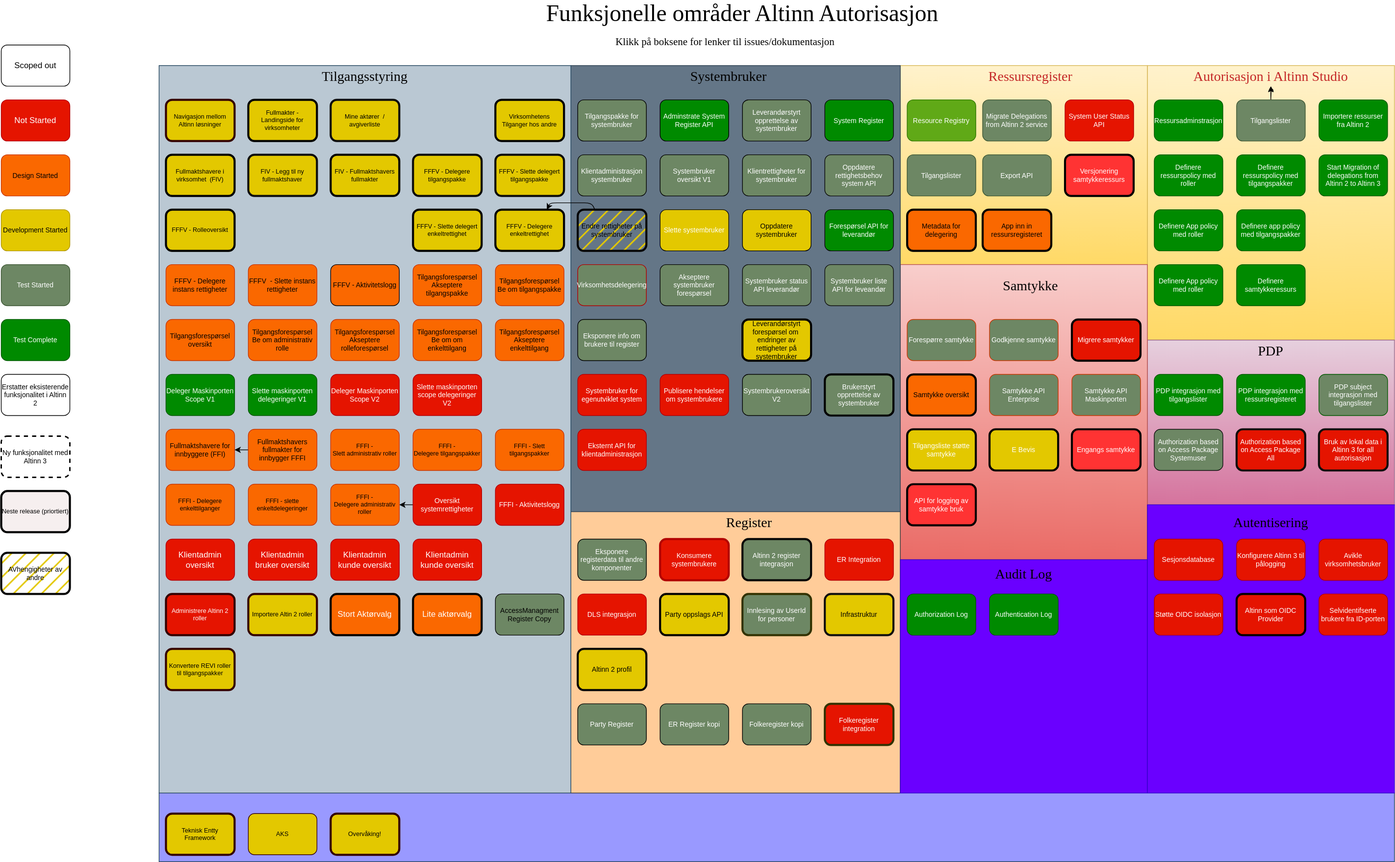
Earlier version of the draw.io export content/authorization/what-do-you-get/functionalareas.drawio.svg (Altinn/altinn-studio-docs). Source tidied: cells renumbered, new cells last; positions are measured from the earlier drawing's top-left corner, leaving out a move shared by most shapes.
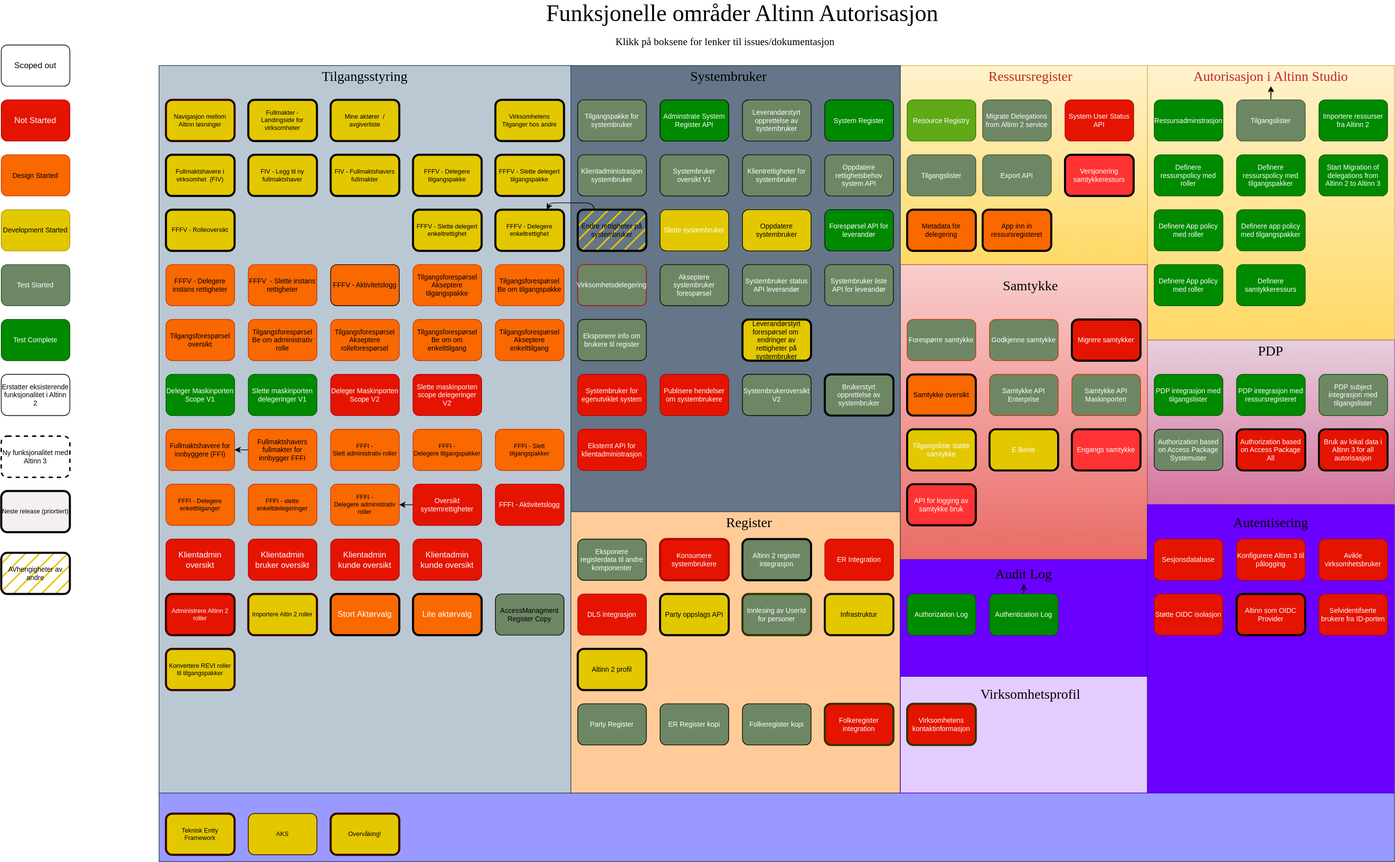
Above is the later version.

Diff of the diagram source:
```diff
@@ -207,11 +207,14 @@
       <mxGeometry x="1680" y="620" width="100" height="60" as="geometry" />
     </mxCell>
     <mxCell id="70" style="rounded=0;whiteSpace=wrap;html=1;fontSize=10;fillColor=#6a00ff;strokeColor=#3700CC;fontColor=#ffffff;" parent="1" vertex="1">
-      <mxGeometry x="1310" y="810" width="360" height="340" as="geometry" />
+      <mxGeometry x="1310" y="810" width="360" height="170" as="geometry" />
     </mxCell>
     <mxCell id="71" value="Authorization Log" style="rounded=1;whiteSpace=wrap;html=1;fontSize=10;fillColor=#008a00;fontColor=#ffffff;strokeColor=#005700;" parent="1" vertex="1">
       <mxGeometry x="1320" y="860" width="100" height="60" as="geometry" />
     </mxCell>
+    <mxCell id="164" style="edgeStyle=none;html=1;" parent="1" edge="1" source="72" target="73">
+      <mxGeometry relative="1" as="geometry" />
+    </mxCell>
     <mxCell id="72" value="Authentication Log" style="rounded=1;whiteSpace=wrap;html=1;fontSize=10;fillColor=#008a00;fontColor=#ffffff;strokeColor=#005700;" parent="1" vertex="1">
       <mxGeometry x="1440" y="860" width="100" height="60" as="geometry" />
     </mxCell>
@@ -493,5 +496,14 @@
     <mxCell id="163" value="API for logging av samtykke bruk" style="rounded=1;whiteSpace=wrap;html=1;fontSize=10;fillColor=#FF3333;fontColor=#FFFFFF;strokeColor=#000000;strokeWidth=3;" parent="1" vertex="1">
       <mxGeometry x="1320" y="700" width="100" height="60" as="geometry" />
     </mxCell>
+    <mxCell id="165" style="rounded=0;whiteSpace=wrap;html=1;fontSize=10;fillColor=#E5CCFF;strokeColor=#3700CC;fontColor=#ffffff;" parent="1" vertex="1">
+      <mxGeometry x="1310" y="980" width="360" height="170" as="geometry" />
+    </mxCell>
+    <mxCell id="166" value="Virksomhetsprofil" style="text;html=1;strokeColor=none;fillColor=none;align=center;verticalAlign=middle;whiteSpace=wrap;rounded=0;sketch=1;hachureGap=4;jiggle=2;curveFitting=1;fontFamily=Verdana;fontSize=20;" parent="1" vertex="1">
+      <mxGeometry x="1330" y="990" width="340" height="30" as="geometry" />
+    </mxCell>
+    <mxCell id="167" value="Virksomhetens kontaktinformasjon" style="rounded=1;whiteSpace=wrap;html=1;fontSize=10;fillColor=#e51400;fontColor=#ffffff;strokeColor=#323200;strokeWidth=3;" parent="1" vertex="1">
+      <mxGeometry x="1320" y="1020" width="100" height="60" as="geometry" />
+    </mxCell>
   </root>
 </mxGraphModel>
```
